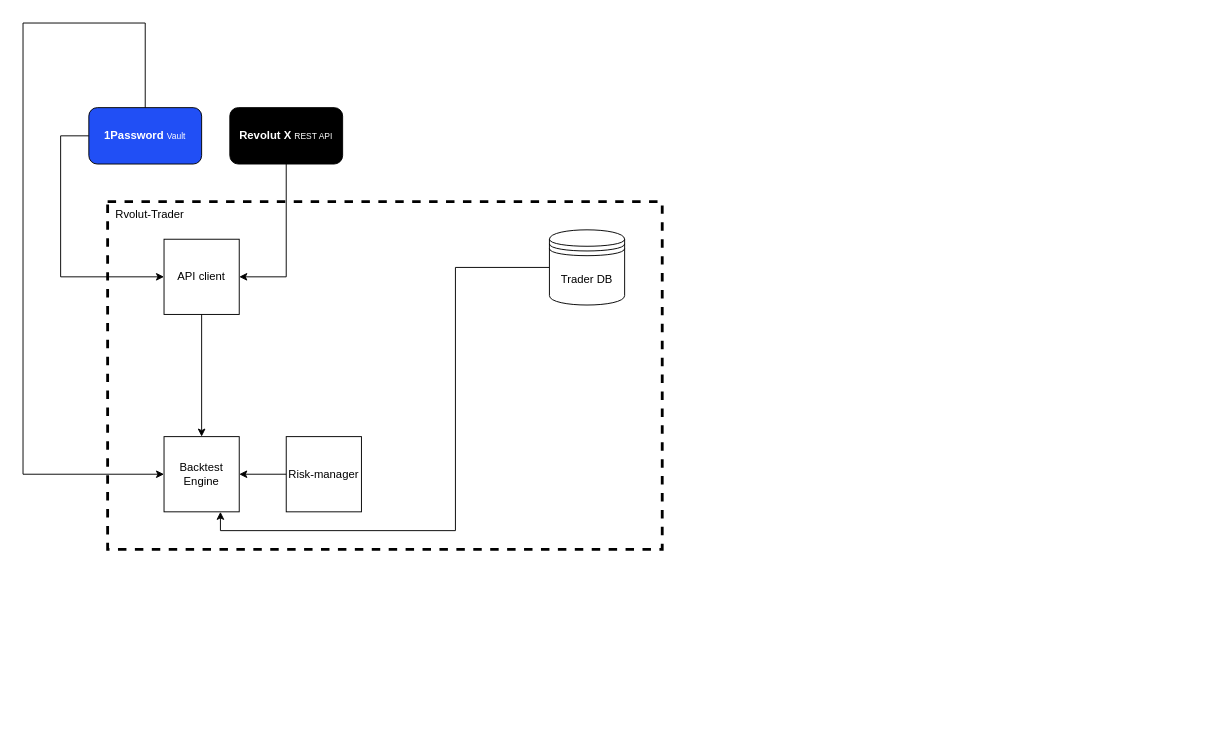
badoriie/revolut-trader keeps this draw.io diagram as docs/revolut-trader.drawio. Above is the earlier version. Source tidied: cells renumbered, new cells numbered last; positions are measured from the earlier drawing's top-left corner, leaving out a move shared by most shapes. Both pictures are drawn from the tidied source at 94%, with x=0, y=0 at pixel (23, 23).
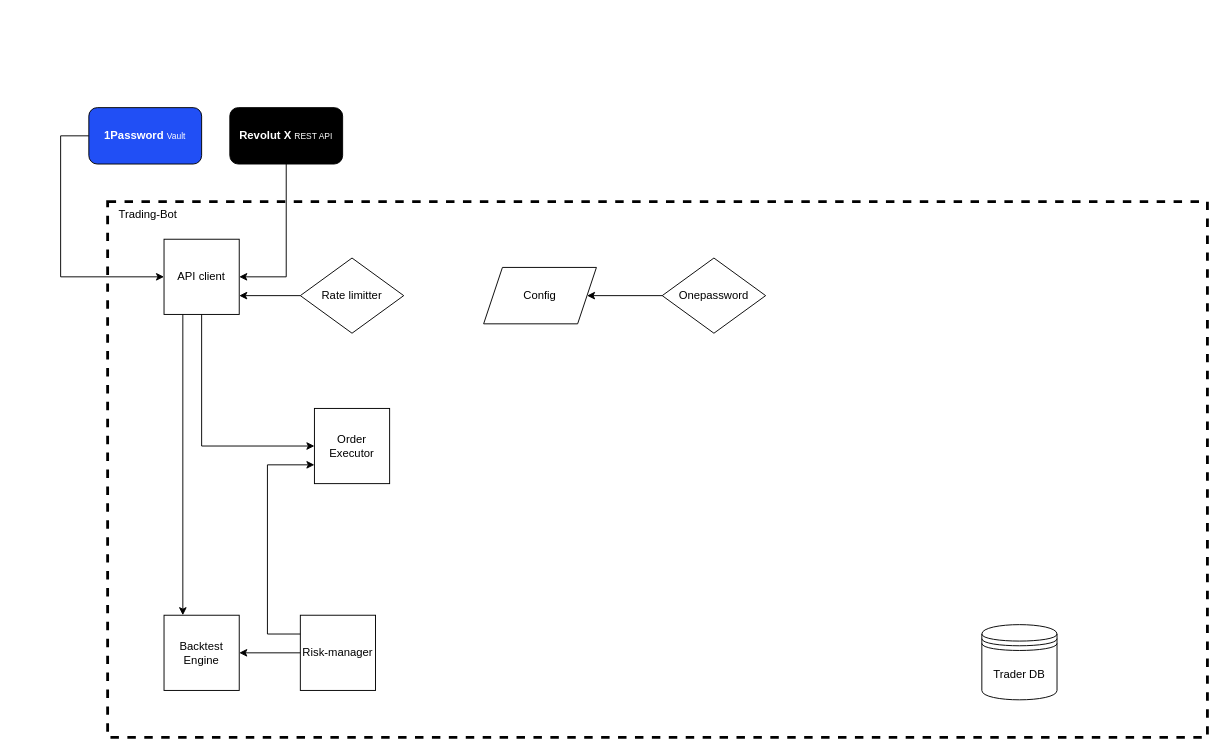
The same page after the edit.

Commit message:
Refactor persistence layer to use DatabasePersistence; add session management methods and CSV export functionality

The change refers to these unchanged cells:
```xml
<mxCell id="5" value="API client" style="whiteSpace=wrap;html=1;rounded=0;strokeColor=default;strokeWidth=1;align=center;verticalAlign=middle;fillColor=none;" parent="1" vertex="1">
  <mxGeometry x="150" y="230" width="80" height="80" as="geometry" />
</mxCell>
<mxCell id="10" value="&lt;font style=&quot;color: light-dark(rgb(255, 255, 255), rgb(237, 237, 237));&quot;&gt;&lt;b&gt;1Password&lt;/b&gt; &lt;font style=&quot;font-size: 9px;&quot;&gt;Vault&lt;/font&gt;&lt;/font&gt;" style="rounded=1;whiteSpace=wrap;html=1;strokeColor=default;strokeWidth=1;align=center;verticalAlign=middle;fontFamily=Helvetica;fontSize=12;fontColor=default;fillColor=light-dark(#214ff5, #ededed);" parent="1" vertex="1">
  <mxGeometry x="70" y="90" width="120" height="60" as="geometry" />
</mxCell>
```

The edit, as a diff of the source:
```diff
@@
-    <mxCell id="2" value="&amp;nbsp; Rvolut-Trader" style="rounded=0;whiteSpace=wrap;html=1;fillColor=none;dashed=1;strokeWidth=3;align=left;verticalAlign=top;" parent="1" vertex="1">
-      <mxGeometry x="90" y="190" width="590" height="370" as="geometry" />
+    <mxCell id="2" value="&amp;nbsp; &amp;nbsp;Trading-Bot" style="rounded=0;whiteSpace=wrap;html=1;fillColor=none;dashed=1;strokeWidth=3;align=left;verticalAlign=top;" parent="1" vertex="1">
+      <mxGeometry x="90" y="190" width="1170" height="570" as="geometry" />
     </mxCell>
@@
-    <mxCell id="4" style="edgeStyle=orthogonalEdgeStyle;rounded=0;jettySize=auto;html=1;entryX=0.5;entryY=0;entryDx=0;entryDy=0;fontFamily=Helvetica;fontSize=12;fontColor=default;" parent="1" edge="1" source="5" target="8">
+    <mxCell id="4" style="edgeStyle=orthogonalEdgeStyle;rounded=0;jettySize=auto;html=1;exitX=0.25;exitY=1;exitDx=0;exitDy=0;entryX=0.25;entryY=0;entryDx=0;entryDy=0;" parent="1" edge="1" source="5" target="8">
       <mxGeometry relative="1" as="geometry" />
     </mxCell>
+    <mxCell id="15" style="edgeStyle=orthogonalEdgeStyle;rounded=0;jettySize=auto;html=1;entryX=0;entryY=0.5;entryDx=0;entryDy=0;" parent="1" edge="1" source="5" target="17">
+      <mxGeometry relative="1" as="geometry">
+        <Array as="points">
+          <mxPoint x="190" y="450" />
+        </Array>
+      </mxGeometry>
+    </mxCell>
@@
-    <mxCell id="7" style="edgeStyle=orthogonalEdgeStyle;rounded=0;jettySize=auto;html=1;entryX=0.5;entryY=0;entryDx=0;entryDy=0;fontFamily=Helvetica;fontSize=12;fontColor=default;exitX=0;exitY=0.5;exitDx=0;exitDy=0;endArrow=none;endFill=0;startArrow=classic;startFill=1;" parent="1" edge="1" source="8" target="10">
-      <mxGeometry relative="1" as="geometry">
-        <Array as="points">
-          <mxPoint y="480" />
-          <mxPoint />
-          <mxPoint x="130" />
-        </Array>
-      </mxGeometry>
-    </mxCell>
     <mxCell id="8" value="Backtest Engine" style="whiteSpace=wrap;html=1;rounded=0;strokeColor=default;strokeWidth=1;align=center;verticalAlign=middle;fontFamily=Helvetica;fontSize=12;fontColor=default;fillColor=none;" parent="1" vertex="1">
-      <mxGeometry x="150" y="440" width="80" height="80" as="geometry" />
+      <mxGeometry x="150" y="630" width="80" height="80" as="geometry" />
     </mxCell>
@@
+    <mxCell id="16" style="edgeStyle=orthogonalEdgeStyle;rounded=0;jettySize=auto;html=1;exitX=0;exitY=0.25;exitDx=0;exitDy=0;entryX=0;entryY=0.75;entryDx=0;entryDy=0;" parent="1" edge="1" source="12" target="17">
+      <mxGeometry relative="1" as="geometry">
+        <Array as="points">
+          <mxPoint x="260" y="650" />
+          <mxPoint x="260" y="470" />
+        </Array>
+      </mxGeometry>
+    </mxCell>
     <mxCell id="12" value="Risk-manager" style="whiteSpace=wrap;html=1;rounded=0;strokeColor=default;strokeWidth=1;align=center;verticalAlign=middle;fontFamily=Helvetica;fontSize=12;fontColor=default;fillColor=none;" parent="1" vertex="1">
-      <mxGeometry x="280" y="440" width="80" height="80" as="geometry" />
+      <mxGeometry x="295" y="630" width="80" height="80" as="geometry" />
     </mxCell>
-    <mxCell id="13" style="edgeStyle=orthogonalEdgeStyle;rounded=0;jettySize=auto;html=1;entryX=0.75;entryY=1;entryDx=0;entryDy=0;" parent="1" edge="1" source="14" target="8">
-      <mxGeometry relative="1" as="geometry">
-        <Array as="points">
-          <mxPoint x="460" y="260" />
-          <mxPoint x="460" y="540" />
-          <mxPoint x="210" y="540" />
-        </Array>
-      </mxGeometry>
-    </mxCell>
     <mxCell id="14" value="Trader DB" style="shape=datastore;whiteSpace=wrap;html=1;" parent="1" vertex="1">
-      <mxGeometry x="560" y="220" width="80" height="80" as="geometry" />
+      <mxGeometry x="1020" y="640" width="80" height="80" as="geometry" />
     </mxCell>
+    <mxCell id="17" value="Order&lt;div&gt;Executor&lt;/div&gt;" style="whiteSpace=wrap;html=1;rounded=0;strokeColor=default;strokeWidth=1;align=center;verticalAlign=middle;fillColor=none;" parent="1" vertex="1">
+      <mxGeometry x="310" y="410" width="80" height="80" as="geometry" />
+    </mxCell>
+    <mxCell id="18" style="edgeStyle=orthogonalEdgeStyle;rounded=0;jettySize=auto;html=1;entryX=1;entryY=0.75;entryDx=0;entryDy=0;" parent="1" edge="1" source="19" target="5">
+      <mxGeometry relative="1" as="geometry">
+        <Array as="points">
+          <mxPoint x="320" y="250" />
+          <mxPoint x="320" y="290" />
+        </Array>
+      </mxGeometry>
+    </mxCell>
+    <mxCell id="19" value="Rate limitter" style="rhombus;whiteSpace=wrap;html=1;" parent="1" vertex="1">
+      <mxGeometry x="295" y="250" width="110" height="80" as="geometry" />
+    </mxCell>
+    <mxCell id="20" style="edgeStyle=orthogonalEdgeStyle;rounded=0;jettySize=auto;html=1;entryX=1;entryY=0.5;entryDx=0;entryDy=0;" parent="1" edge="1" source="21" target="22">
+      <mxGeometry relative="1" as="geometry" />
+    </mxCell>
+    <mxCell id="21" value="Onepassword" style="rhombus;whiteSpace=wrap;html=1;" parent="1" vertex="1">
+      <mxGeometry x="680" y="250" width="110" height="80" as="geometry" />
+    </mxCell>
+    <mxCell id="22" value="Config" style="shape=parallelogram;perimeter=parallelogramPerimeter;whiteSpace=wrap;html=1;fixedSize=1;" parent="1" vertex="1">
+      <mxGeometry x="490" y="260" width="120" height="60" as="geometry" />
+    </mxCell>
```
